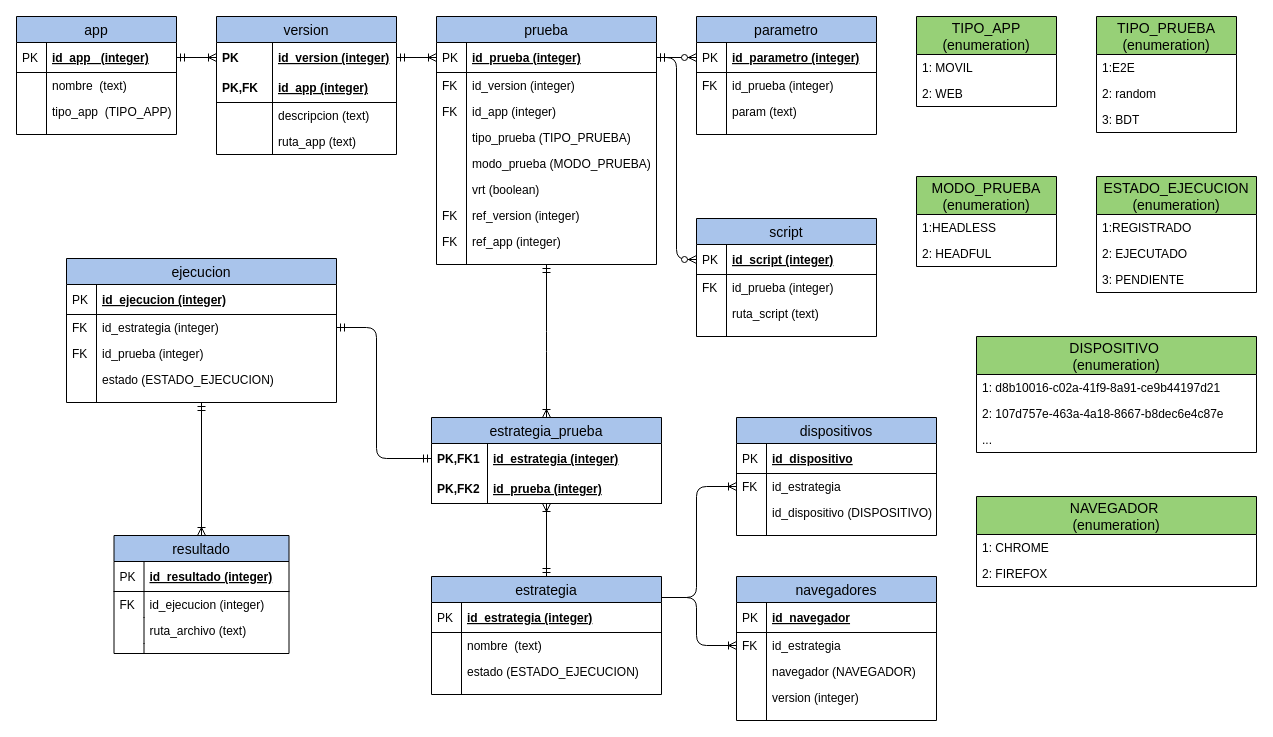
Before: Imagenes/sprint3/Modelo datos.drawio in proyectosuniandes/Proyecto-MISO4208, a draw.io diagram. Source tidied: cells renumbered, new cells numbered last; positions are measured from the earlier drawing's top-left corner, leaving out a move shared by most shapes. Both pictures are drawn from the tidied source at 100%, with x=0, y=0 at pixel (16, 16).
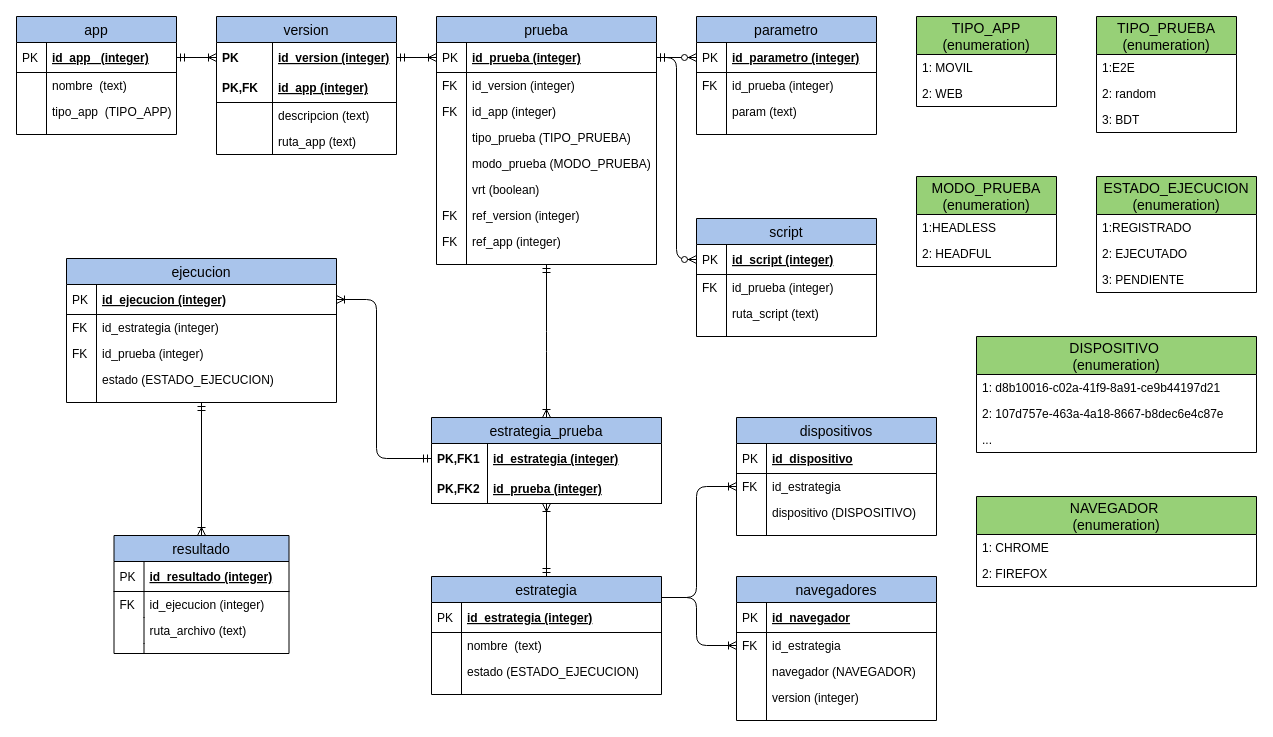
Above is the later version.

The change refers to these unchanged cells:
```xml
<mxCell id="70" value="id_estrategia (integer)" style="shape=partialRectangle;top=0;left=0;right=0;bottom=0;align=left;verticalAlign=middle;fillColor=none;spacingLeft=60;spacingRight=4;overflow=hidden;points=[[0,0.5],[1,0.5]];portConstraint=eastwest;fontStyle=5;fontSize=12;" parent="69" vertex="1">
  <mxGeometry y="26" width="230" height="30" as="geometry" />
</mxCell>
<mxCell id="84" value="dispositivos" style="swimlane;fontStyle=0;horizontal=1;startSize=26;fillColor=#A9C4EB;swimlaneFillColor=#ffffff;align=center;fontSize=14;" parent="1" vertex="1">
  <mxGeometry x="720" y="401" width="200" height="118" as="geometry" />
</mxCell>
<mxCell id="105" value="id_ejecucion (integer)" style="shape=partialRectangle;top=0;left=0;right=0;bottom=1;align=left;verticalAlign=middle;fillColor=none;spacingLeft=34;spacingRight=4;overflow=hidden;points=[[0,0.5],[1,0.5]];portConstraint=eastwest;fontStyle=5;fontSize=12;" parent="104" vertex="1">
  <mxGeometry y="26" width="270" height="30" as="geometry" />
</mxCell>
<mxCell id="107" value="id_estrategia (integer)" style="shape=partialRectangle;top=0;left=0;right=0;bottom=0;align=left;verticalAlign=top;fillColor=none;spacingLeft=34;spacingRight=4;overflow=hidden;points=[[0,0.5],[1,0.5]];portConstraint=eastwest;fontSize=12;" parent="104" vertex="1">
  <mxGeometry y="56" width="270" height="26" as="geometry" />
</mxCell>
```

What changed in the source:
```diff
@@
-    <mxCell id="83" style="edgeStyle=orthogonalEdgeStyle;fontSize=12;html=1;endArrow=ERmandOne;startArrow=ERmandOne;exitX=1;exitY=0.5;exitDx=0;exitDy=0;" parent="1" edge="1" source="107" target="70">
-      <mxGeometry relative="1" as="geometry">
-        <Array as="points">
-          <mxPoint x="360" y="311" />
-          <mxPoint x="360" y="442" />
-        </Array>
-      </mxGeometry>
-    </mxCell>
@@
-    <mxCell id="89" value="id_dispositivo (DISPOSITIVO)" style="shape=partialRectangle;top=0;left=0;right=0;bottom=0;align=left;verticalAlign=top;fillColor=none;spacingLeft=34;spacingRight=4;overflow=hidden;fontSize=12;" parent="84" vertex="1">
+    <mxCell id="89" value="dispositivo (DISPOSITIVO)" style="shape=partialRectangle;top=0;left=0;right=0;bottom=0;align=left;verticalAlign=top;fillColor=none;spacingLeft=34;spacingRight=4;overflow=hidden;fontSize=12;" parent="84" vertex="1">
       <mxGeometry y="82" width="200" height="26" as="geometry" />
     </mxCell>
@@
+    <mxCell id="142" style="edgeStyle=orthogonalEdgeStyle;fontSize=12;html=1;endArrow=ERoneToMany;startArrow=ERmandOne;exitX=0;exitY=0.5;exitDx=0;exitDy=0;" parent="1" edge="1" source="70" target="105">
+      <mxGeometry relative="1" as="geometry">
+        <Array as="points">
+          <mxPoint x="360" y="442" />
+          <mxPoint x="360" y="283" />
+        </Array>
+      </mxGeometry>
+    </mxCell>
```
